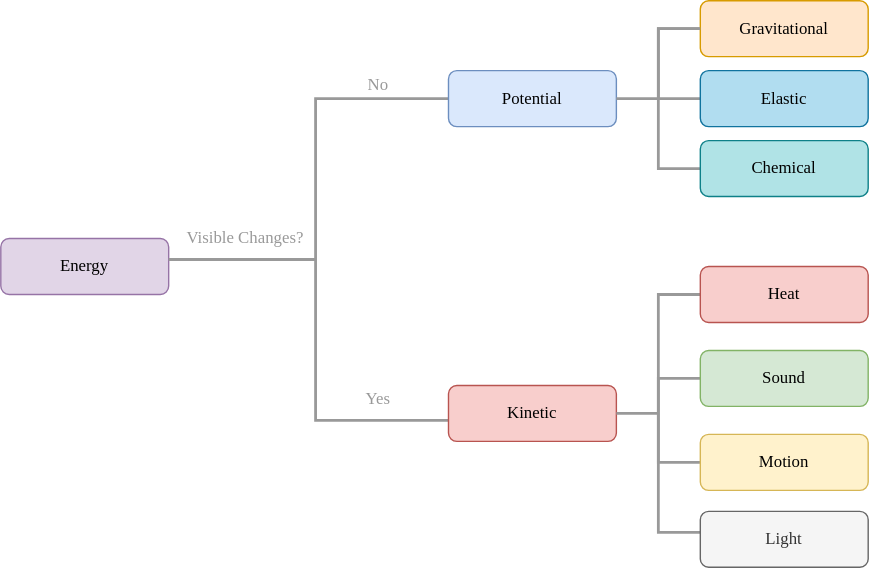
Above: images/svg/energy-tree-diagram.svg in psharma04/schoolnotes-cdn (draw.io), before the change. Source tidied: cells renumbered, new cells last; positions are measured from the earlier drawing's top-left corner, leaving out a move shared by most shapes.
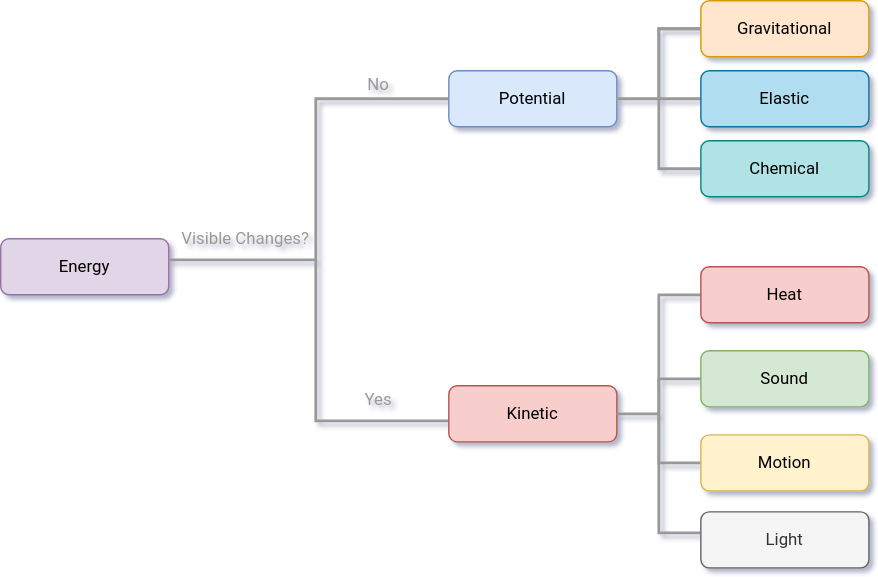
Above is the later version.

Commit message:
change font to Roboto

Diff of the diagram source:
```diff
@@ -2,40 +2,40 @@
   <root>
     <mxCell id="0" />
     <mxCell id="1" parent="0" />
-    <mxCell id="2" value="&lt;font face=&quot;Ubuntu&quot;&gt;Energy&lt;/font&gt;" style="rounded=1;whiteSpace=wrap;html=1;fontSize=12;glass=0;strokeWidth=1;shadow=0;fillColor=#e1d5e7;strokeColor=#9673a6;" parent="1" vertex="1">
+    <mxCell id="2" value="&lt;font&gt;Energy&lt;/font&gt;" style="rounded=1;whiteSpace=wrap;html=1;fontSize=12;glass=0;strokeWidth=1;shadow=0;fillColor=#e1d5e7;strokeColor=#9673a6;fontFamily=Roboto;" parent="1" vertex="1">
       <mxGeometry y="170" width="120" height="40" as="geometry" />
     </mxCell>
     <mxCell id="3" style="strokeWidth=2;html=1;shape=mxgraph.flowchart.annotation_2;align=left;labelPosition=right;fillColor=none;strokeColor=#999999;" parent="1" vertex="1">
       <mxGeometry x="120" y="70" width="210" height="230" as="geometry" />
     </mxCell>
-    <mxCell id="4" value="Potential" style="rounded=1;whiteSpace=wrap;html=1;fontSize=12;glass=0;strokeWidth=1;shadow=0;fillColor=#dae8fc;strokeColor=#6c8ebf;fontFamily=Ubuntu;" parent="1" vertex="1">
+    <mxCell id="4" value="Potential" style="rounded=1;whiteSpace=wrap;html=1;fontSize=12;glass=0;strokeWidth=1;shadow=0;fillColor=#dae8fc;strokeColor=#6c8ebf;fontFamily=Roboto;" parent="1" vertex="1">
       <mxGeometry x="320" y="50" width="120" height="40" as="geometry" />
     </mxCell>
-    <mxCell id="5" value="Kinetic" style="rounded=1;whiteSpace=wrap;html=1;fontSize=12;glass=0;strokeWidth=1;shadow=0;fillColor=#f8cecc;strokeColor=#b85450;fontFamily=Ubuntu;" parent="1" vertex="1">
+    <mxCell id="5" value="Kinetic" style="rounded=1;whiteSpace=wrap;html=1;fontSize=12;glass=0;strokeWidth=1;shadow=0;fillColor=#f8cecc;strokeColor=#b85450;fontFamily=Roboto;" parent="1" vertex="1">
       <mxGeometry x="320" y="275" width="120" height="40" as="geometry" />
     </mxCell>
-    <mxCell id="6" value="Visible Changes?" style="text;html=1;fillColor=none;align=center;verticalAlign=middle;whiteSpace=wrap;rounded=0;fontColor=#999999;fontFamily=Ubuntu;" parent="1" vertex="1">
+    <mxCell id="6" value="Visible Changes?" style="text;html=1;fillColor=none;align=center;verticalAlign=middle;whiteSpace=wrap;rounded=0;fontColor=#999999;fontFamily=Roboto;" parent="1" vertex="1">
       <mxGeometry x="120" y="160" width="110" height="20" as="geometry" />
     </mxCell>
-    <mxCell id="7" value="Yes" style="text;html=1;strokeColor=none;fillColor=none;align=center;verticalAlign=middle;whiteSpace=wrap;rounded=0;fontColor=#999999;fontFamily=Ubuntu;" parent="1" vertex="1">
+    <mxCell id="7" value="Yes" style="text;html=1;strokeColor=none;fillColor=none;align=center;verticalAlign=middle;whiteSpace=wrap;rounded=0;fontColor=#999999;fontFamily=Roboto;" parent="1" vertex="1">
       <mxGeometry x="250" y="275" width="40" height="20" as="geometry" />
     </mxCell>
-    <mxCell id="8" value="No" style="text;html=1;strokeColor=none;fillColor=none;align=center;verticalAlign=middle;whiteSpace=wrap;rounded=0;fontColor=#999999;fontFamily=Ubuntu;" parent="1" vertex="1">
+    <mxCell id="8" value="No" style="text;html=1;strokeColor=none;fillColor=none;align=center;verticalAlign=middle;whiteSpace=wrap;rounded=0;fontColor=#999999;fontFamily=Roboto;" parent="1" vertex="1">
       <mxGeometry x="250" y="50" width="40" height="20" as="geometry" />
     </mxCell>
     <mxCell id="9" style="strokeWidth=2;html=1;shape=mxgraph.flowchart.annotation_2;align=left;labelPosition=right;rotation=0;fillColor=none;fontColor=#999999;strokeColor=#999999;" parent="1" vertex="1">
       <mxGeometry x="440" y="20" width="60" height="100" as="geometry" />
     </mxCell>
-    <mxCell id="10" value="Gravitational" style="rounded=1;whiteSpace=wrap;html=1;fontSize=12;glass=0;strokeWidth=1;shadow=0;fillColor=#ffe6cc;strokeColor=#d79b00;fontFamily=Ubuntu;" parent="1" vertex="1">
+    <mxCell id="10" value="Gravitational" style="rounded=1;whiteSpace=wrap;html=1;fontSize=12;glass=0;strokeWidth=1;shadow=0;fillColor=#ffe6cc;strokeColor=#d79b00;fontFamily=Roboto;FType=g;" parent="1" vertex="1">
       <mxGeometry x="500" width="120" height="40" as="geometry" />
     </mxCell>
-    <mxCell id="11" value="Chemical" style="rounded=1;whiteSpace=wrap;html=1;fontSize=12;glass=0;strokeWidth=1;shadow=0;fillColor=#b0e3e6;strokeColor=#0e8088;fontStyle=0;fontFamily=Ubuntu;" parent="1" vertex="1">
+    <mxCell id="11" value="Chemical" style="rounded=1;whiteSpace=wrap;html=1;fontSize=12;glass=0;strokeWidth=1;shadow=0;fillColor=#b0e3e6;strokeColor=#0e8088;fontStyle=0;fontFamily=Roboto;" parent="1" vertex="1">
       <mxGeometry x="500" y="100" width="120" height="40" as="geometry" />
     </mxCell>
     <mxCell id="12" style="strokeWidth=2;html=1;shape=mxgraph.flowchart.annotation_1;align=left;fontColor=#FFFFFF;fillColor=none;strokeColor=#999999;" parent="1" vertex="1">
       <mxGeometry x="470" y="20" width="30" height="50" as="geometry" />
     </mxCell>
-    <mxCell id="13" value="Elastic" style="rounded=1;whiteSpace=wrap;html=1;fontSize=12;glass=0;strokeWidth=1;shadow=0;fillColor=#b1ddf0;strokeColor=#10739e;fontFamily=Ubuntu;" parent="1" vertex="1">
+    <mxCell id="13" value="Elastic" style="rounded=1;whiteSpace=wrap;html=1;fontSize=12;glass=0;strokeWidth=1;shadow=0;fillColor=#b1ddf0;strokeColor=#10739e;fontFamily=Roboto;" parent="1" vertex="1">
       <mxGeometry x="500" y="50" width="120" height="40" as="geometry" />
     </mxCell>
     <mxCell id="14" style="strokeWidth=2;html=1;shape=mxgraph.flowchart.annotation_2;align=left;labelPosition=right;rotation=0;fontColor=#FFFFFF;fillColor=none;strokeColor=#999999;" parent="1" vertex="1">
@@ -44,16 +44,16 @@
     <mxCell id="15" style="strokeWidth=2;html=1;shape=mxgraph.flowchart.annotation_1;align=left;fontColor=#FFFFFF;fillColor=none;strokeColor=#999999;" parent="1" vertex="1">
       <mxGeometry x="470" y="270" width="30" height="60" as="geometry" />
     </mxCell>
-    <mxCell id="16" value="Heat" style="rounded=1;whiteSpace=wrap;html=1;fontSize=12;glass=0;strokeWidth=1;shadow=0;fillColor=#f8cecc;strokeColor=#b85450;fontFamily=Ubuntu;" parent="1" vertex="1">
+    <mxCell id="16" value="Heat" style="rounded=1;whiteSpace=wrap;html=1;fontSize=12;glass=0;strokeWidth=1;shadow=0;fillColor=#f8cecc;strokeColor=#b85450;fontFamily=Roboto;" parent="1" vertex="1">
       <mxGeometry x="500" y="190" width="120" height="40" as="geometry" />
     </mxCell>
-    <mxCell id="17" value="Sound" style="rounded=1;whiteSpace=wrap;html=1;fontSize=12;glass=0;strokeWidth=1;shadow=0;fillColor=#d5e8d4;strokeColor=#82b366;fontFamily=Ubuntu;" parent="1" vertex="1">
+    <mxCell id="17" value="Sound" style="rounded=1;whiteSpace=wrap;html=1;fontSize=12;glass=0;strokeWidth=1;shadow=0;fillColor=#d5e8d4;strokeColor=#82b366;fontFamily=Roboto;" parent="1" vertex="1">
       <mxGeometry x="500" y="250" width="120" height="40" as="geometry" />
     </mxCell>
-    <mxCell id="18" value="Motion" style="rounded=1;whiteSpace=wrap;html=1;fontSize=12;glass=0;strokeWidth=1;shadow=0;fillColor=#fff2cc;strokeColor=#d6b656;fontFamily=Ubuntu;" parent="1" vertex="1">
+    <mxCell id="18" value="Motion" style="rounded=1;whiteSpace=wrap;html=1;fontSize=12;glass=0;strokeWidth=1;shadow=0;fillColor=#fff2cc;strokeColor=#d6b656;fontFamily=Roboto;" parent="1" vertex="1">
       <mxGeometry x="500" y="310" width="120" height="40" as="geometry" />
     </mxCell>
-    <mxCell id="19" value="Light" style="rounded=1;whiteSpace=wrap;html=1;fontSize=12;glass=0;strokeWidth=1;shadow=0;fillColor=#f5f5f5;strokeColor=#666666;fontColor=#333333;fontFamily=Ubuntu;" parent="1" vertex="1">
+    <mxCell id="19" value="Light" style="rounded=1;whiteSpace=wrap;html=1;fontSize=12;glass=0;strokeWidth=1;shadow=0;fillColor=#f5f5f5;strokeColor=#666666;fontColor=#333333;fontFamily=Roboto;" parent="1" vertex="1">
       <mxGeometry x="500" y="365" width="120" height="40" as="geometry" />
     </mxCell>
   </root>
```
